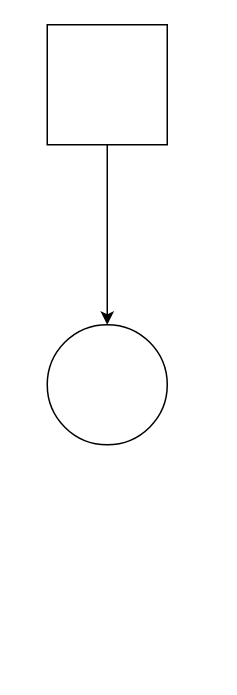
Before: Untitled Diagram.drawio in mountainKingG/classMonitor, a draw.io diagram. Source tidied: cells renumbered, new cells numbered last; positions are measured from the earlier drawing's top-left corner, leaving out a move shared by most shapes. Both pictures are drawn from the tidied source at 150%, with x=0, y=0 at pixel (46, 24).
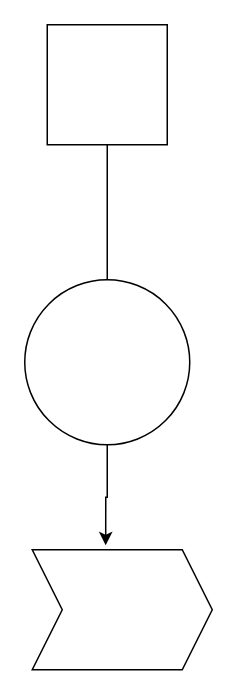
The same diagram, later.

Change to the diagram source:
```diff
@@
 <mxGraphModel>
   <root>
     <mxCell id="0" />
     <mxCell id="1" parent="0" />
     <mxCell id="2" style="edgeStyle=orthogonalEdgeStyle;rounded=0;jettySize=auto;html=1;exitX=0.5;exitY=1;exitDx=0;exitDy=0;" parent="1" edge="1" source="3">
       <mxGeometry relative="1" as="geometry">
         <mxPoint x="40" y="200" as="targetPoint" />
       </mxGeometry>
     </mxCell>
     <mxCell id="3" style="whiteSpace=wrap;html=1;" parent="1" vertex="1">
       <mxGeometry width="80" height="80" as="geometry" />
     </mxCell>
+    <mxCell id="5" style="edgeStyle=orthogonalEdgeStyle;rounded=0;jettySize=auto;html=1;entryX=0.408;entryY=-0.037;entryDx=0;entryDy=0;entryPerimeter=0;" parent="1" edge="1" source="4" target="6">
+      <mxGeometry relative="1" as="geometry" />
+    </mxCell>
     <mxCell id="4" style="ellipse;whiteSpace=wrap;html=1;" parent="1" vertex="1">
-      <mxGeometry y="200" width="80" height="80" as="geometry" />
+      <mxGeometry x="-15" y="170" width="110" height="110" as="geometry" />
     </mxCell>
+    <mxCell id="6" style="shape=step;perimeter=stepPerimeter;whiteSpace=wrap;html=1;fixedSize=1;" parent="1" vertex="1">
+      <mxGeometry x="-10" y="350" width="120" height="80" as="geometry" />
+    </mxCell>
   </root>
 </mxGraphModel>
```
